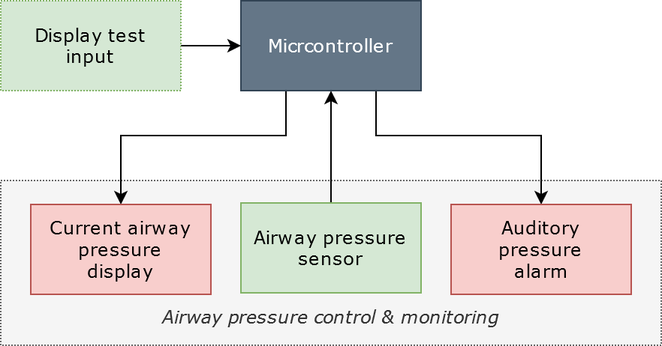
The draw.io diagram nvp_controller_overview_monitor_only.png in moosthuizen42/NVP_Electronic_Controller, before a commit. Source tidied: cells renumbered, new cells last; positions are measured from the earlier drawing's top-left corner, leaving out a move shared by most shapes. The source it was exported from:
```xml
<mxGraphModel>
  <root>
    <mxCell id="0" />
    <mxCell id="1" parent="0" />
    <mxCell id="2" value="&lt;div&gt;&lt;i&gt;&lt;br&gt;&lt;/i&gt;&lt;/div&gt;&lt;div&gt;&lt;i&gt;&lt;br&gt;&lt;/i&gt;&lt;/div&gt;&lt;div&gt;&lt;i&gt;&lt;br&gt;&lt;/i&gt;&lt;/div&gt;&lt;div&gt;&lt;i&gt;&lt;br&gt;&lt;/i&gt;&lt;/div&gt;&lt;div&gt;&lt;i&gt;&lt;br&gt;&lt;/i&gt;&lt;/div&gt;&lt;div&gt;&lt;i&gt;Airway pressure control &amp;amp; monitoring&lt;/i&gt;&lt;br&gt;&lt;/div&gt;" style="rounded=0;whiteSpace=wrap;html=1;fontFamily=Verdana;dashed=1;dashPattern=1 1;fillColor=#f5f5f5;strokeColor=#666666;fontColor=#333333;" parent="1" vertex="1">
      <mxGeometry y="120" width="440" height="110" as="geometry" />
    </mxCell>
    <mxCell id="3" style="edgeStyle=orthogonalEdgeStyle;rounded=0;jettySize=auto;html=1;exitX=0.5;exitY=0;exitDx=0;exitDy=0;entryX=0.5;entryY=1;entryDx=0;entryDy=0;fontFamily=Verdana;" parent="1" edge="1" source="4" target="7">
      <mxGeometry relative="1" as="geometry">
        <Array as="points">
          <mxPoint x="220" y="135" />
          <mxPoint x="220" y="135" />
        </Array>
      </mxGeometry>
    </mxCell>
    <mxCell id="4" value="Airway pressure&lt;br&gt;&lt;div&gt;sensor&lt;br&gt;&lt;/div&gt;" style="rounded=0;whiteSpace=wrap;html=1;fillColor=#d5e8d4;strokeColor=#82b366;fontFamily=Verdana;" parent="1" vertex="1">
      <mxGeometry x="160" y="135" width="120" height="60" as="geometry" />
    </mxCell>
    <mxCell id="5" style="edgeStyle=orthogonalEdgeStyle;rounded=0;jettySize=auto;html=1;exitX=0.25;exitY=1;exitDx=0;exitDy=0;entryX=0.5;entryY=0;entryDx=0;entryDy=0;startArrow=none;startFill=0;fontFamily=Verdana;" parent="1" edge="1" source="7" target="8">
      <mxGeometry relative="1" as="geometry">
        <Array as="points">
          <mxPoint x="190" y="90" />
          <mxPoint x="80" y="90" />
        </Array>
      </mxGeometry>
    </mxCell>
    <mxCell id="6" style="edgeStyle=orthogonalEdgeStyle;rounded=0;jettySize=auto;html=1;exitX=0.75;exitY=1;exitDx=0;exitDy=0;entryX=0.5;entryY=0;entryDx=0;entryDy=0;startArrow=none;startFill=0;endArrow=classic;endFill=1;fontFamily=Verdana;" parent="1" edge="1" source="7" target="11">
      <mxGeometry relative="1" as="geometry">
        <Array as="points">
          <mxPoint x="250" y="90" />
          <mxPoint x="360" y="90" />
        </Array>
      </mxGeometry>
    </mxCell>
    <mxCell id="7" value="Micrcontroller" style="rounded=0;whiteSpace=wrap;html=1;fontFamily=Verdana;fillColor=#647687;strokeColor=#314354;fontColor=#ffffff;" parent="1" vertex="1">
      <mxGeometry x="160" width="120" height="60" as="geometry" />
    </mxCell>
    <mxCell id="8" value="&lt;div&gt;Current airway&lt;/div&gt;&lt;div&gt;pressure&lt;/div&gt;&lt;div&gt;display&lt;br&gt;&lt;/div&gt;" style="rounded=0;whiteSpace=wrap;html=1;fillColor=#f8cecc;strokeColor=#b85450;fontFamily=Verdana;" parent="1" vertex="1">
      <mxGeometry x="20" y="136" width="120" height="60" as="geometry" />
    </mxCell>
    <mxCell id="9" style="edgeStyle=orthogonalEdgeStyle;rounded=0;jettySize=auto;html=1;exitX=1;exitY=0.5;exitDx=0;exitDy=0;entryX=0;entryY=0.5;entryDx=0;entryDy=0;startArrow=none;startFill=0;endArrow=classic;endFill=1;fontFamily=Verdana;" parent="1" edge="1" source="10" target="7">
      <mxGeometry relative="1" as="geometry" />
    </mxCell>
    <mxCell id="10" value="&lt;div&gt;Display test&lt;/div&gt;&lt;div&gt;input&lt;br&gt;&lt;/div&gt;" style="rounded=0;whiteSpace=wrap;html=1;dashed=1;dashPattern=1 1;fontFamily=Verdana;fillColor=#d5e8d4;strokeColor=#82b366;" parent="1" vertex="1">
      <mxGeometry width="120" height="60" as="geometry" />
    </mxCell>
    <mxCell id="11" value="&lt;div&gt;Auditory&lt;/div&gt;&lt;div&gt;pressure&lt;/div&gt;&lt;div&gt;alarm&lt;br&gt;&lt;/div&gt;" style="rounded=0;whiteSpace=wrap;html=1;fillColor=#f8cecc;strokeColor=#b85450;fontFamily=Verdana;" parent="1" vertex="1">
      <mxGeometry x="300" y="136" width="120" height="60" as="geometry" />
    </mxCell>
  </root>
</mxGraphModel>
```
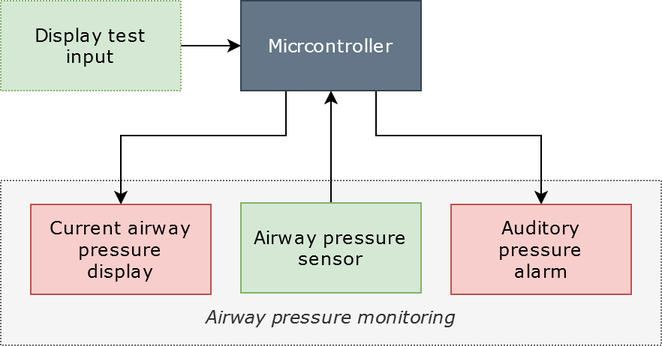
The same file after the commit.

Change to the diagram source:
```diff
@@ -2,7 +2,7 @@
   <root>
     <mxCell id="0" />
     <mxCell id="1" parent="0" />
-    <mxCell id="2" value="&lt;div&gt;&lt;i&gt;&lt;br&gt;&lt;/i&gt;&lt;/div&gt;&lt;div&gt;&lt;i&gt;&lt;br&gt;&lt;/i&gt;&lt;/div&gt;&lt;div&gt;&lt;i&gt;&lt;br&gt;&lt;/i&gt;&lt;/div&gt;&lt;div&gt;&lt;i&gt;&lt;br&gt;&lt;/i&gt;&lt;/div&gt;&lt;div&gt;&lt;i&gt;&lt;br&gt;&lt;/i&gt;&lt;/div&gt;&lt;div&gt;&lt;i&gt;Airway pressure control &amp;amp; monitoring&lt;/i&gt;&lt;br&gt;&lt;/div&gt;" style="rounded=0;whiteSpace=wrap;html=1;fontFamily=Verdana;dashed=1;dashPattern=1 1;fillColor=#f5f5f5;strokeColor=#666666;fontColor=#333333;" parent="1" vertex="1">
+    <mxCell id="2" value="&lt;div&gt;&lt;i&gt;&lt;br&gt;&lt;/i&gt;&lt;/div&gt;&lt;div&gt;&lt;i&gt;&lt;br&gt;&lt;/i&gt;&lt;/div&gt;&lt;div&gt;&lt;i&gt;&lt;br&gt;&lt;/i&gt;&lt;/div&gt;&lt;div&gt;&lt;i&gt;&lt;br&gt;&lt;/i&gt;&lt;/div&gt;&lt;div&gt;&lt;i&gt;&lt;br&gt;&lt;/i&gt;&lt;/div&gt;&lt;div&gt;&lt;i&gt;Airway pressure monitoring&lt;/i&gt;&lt;br&gt;&lt;/div&gt;" style="rounded=0;whiteSpace=wrap;html=1;fontFamily=Verdana;dashed=1;dashPattern=1 1;fillColor=#f5f5f5;strokeColor=#666666;fontColor=#333333;" parent="1" vertex="1">
       <mxGeometry y="120" width="440" height="110" as="geometry" />
     </mxCell>
     <mxCell id="3" style="edgeStyle=orthogonalEdgeStyle;rounded=0;jettySize=auto;html=1;exitX=0.5;exitY=0;exitDx=0;exitDy=0;entryX=0.5;entryY=1;entryDx=0;entryDy=0;fontFamily=Verdana;" parent="1" edge="1" source="4" target="7">
```
